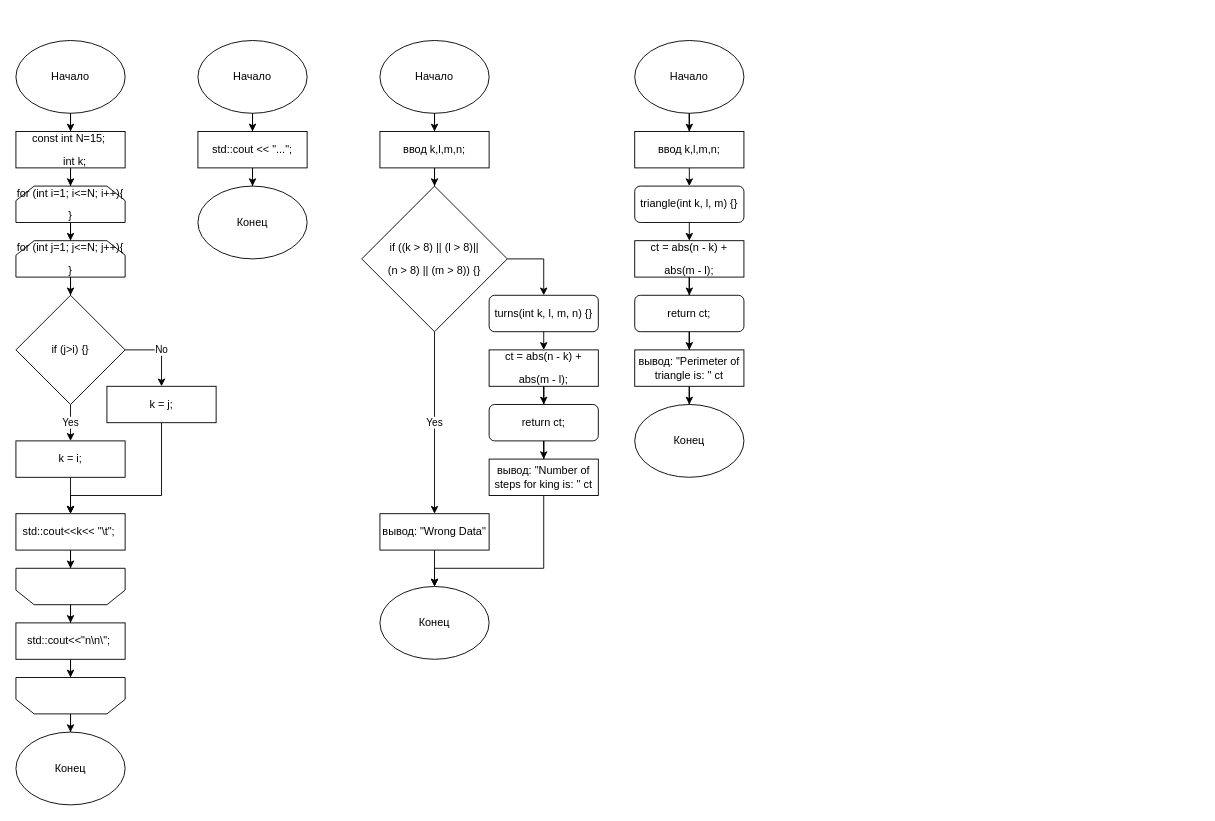
The draw.io diagram programes.drawio in tacticalowlman/exmo, before the edit. Source tidied: cells renumbered, new cells numbered last; positions are measured from the earlier drawing's top-left corner, leaving out a move shared by most shapes. Both pictures are drawn from the tidied source at 91%, with x=0, y=0 at pixel (15, 40).
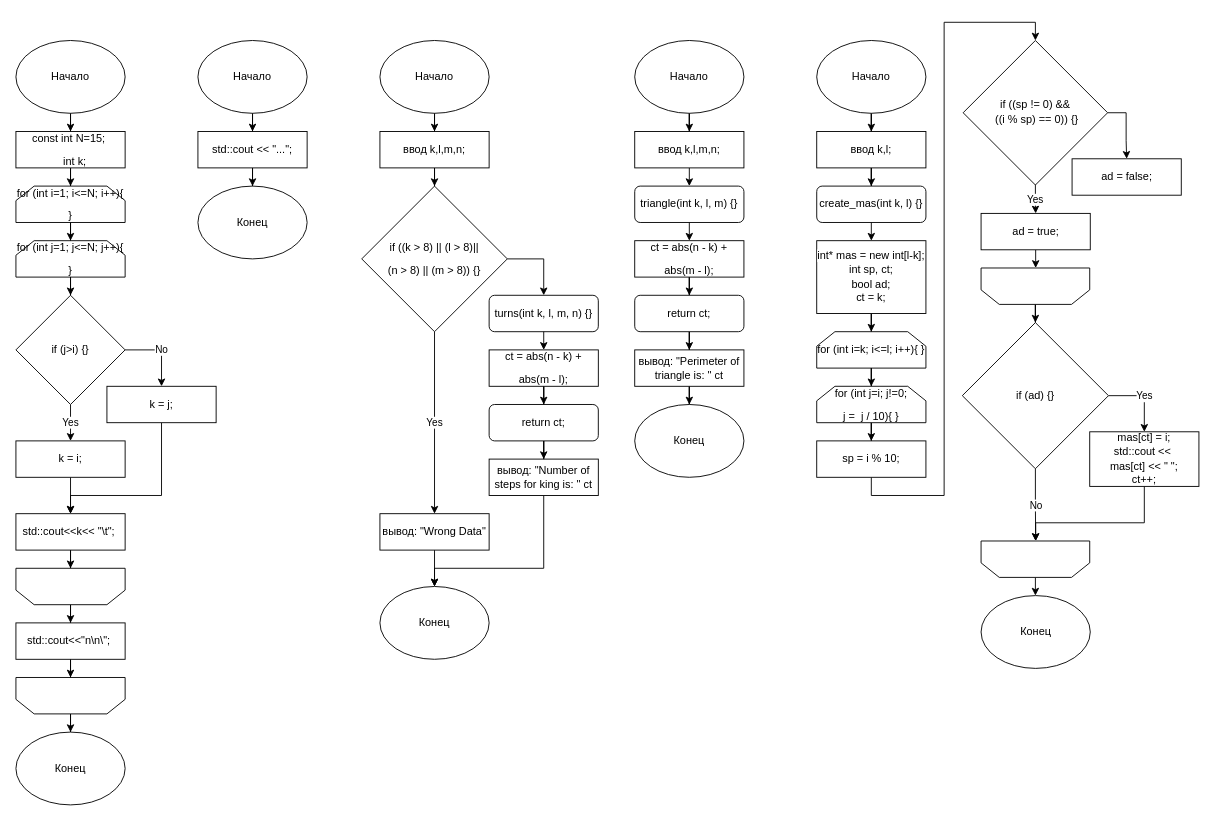
Above is the later version.

What changed in the source:
```diff
@@
+    <mxCell id="62" style="edgeStyle=orthogonalEdgeStyle;rounded=0;jettySize=auto;html=1;" parent="1" edge="1" source="63" target="65">
+      <mxGeometry relative="1" as="geometry" />
+    </mxCell>
+    <mxCell id="63" value="Начало" style="ellipse;whiteSpace=wrap;html=1;" parent="1" vertex="1">
+      <mxGeometry x="880" width="120" height="80" as="geometry" />
+    </mxCell>
+    <mxCell id="64" style="edgeStyle=orthogonalEdgeStyle;rounded=0;jettySize=auto;html=1;" parent="1" edge="1" source="65" target="66">
+      <mxGeometry relative="1" as="geometry" />
+    </mxCell>
+    <mxCell id="65" value="ввод k,l;" style="rounded=0;whiteSpace=wrap;html=1;" parent="1" vertex="1">
+      <mxGeometry x="880" y="100" width="120" height="40" as="geometry" />
+    </mxCell>
+    <mxCell id="66" value="create_mas(int k, l) {}" style="rounded=1;whiteSpace=wrap;html=1;" parent="1" vertex="1">
+      <mxGeometry x="880" y="160" width="120" height="40" as="geometry" />
+    </mxCell>
+    <mxCell id="67" style="edgeStyle=orthogonalEdgeStyle;rounded=0;jettySize=auto;html=1;" parent="1" edge="1" source="68" target="71">
+      <mxGeometry relative="1" as="geometry" />
+    </mxCell>
+    <mxCell id="68" value="&lt;pre&gt;&lt;font face=&quot;Helvetica&quot;&gt;&lt;span style=&quot;background-color: rgb(255 , 255 , 255)&quot;&gt;int* mas = new int[l-k];&lt;br&gt;int sp, ct;&lt;br&gt;bool ad;&lt;br&gt;ct = k;&lt;/span&gt;&lt;/font&gt;&lt;/pre&gt;" style="rounded=0;whiteSpace=wrap;html=1;" parent="1" vertex="1">
+      <mxGeometry x="880" y="220" width="120" height="80" as="geometry" />
+    </mxCell>
+    <mxCell id="69" style="endArrow=classic;html=1;exitX=0.5;exitY=1;exitDx=0;exitDy=0;entryX=0.5;entryY=0;entryDx=0;entryDy=0;" parent="1" edge="1" source="66" target="68">
+      <mxGeometry relative="1" as="geometry" />
+    </mxCell>
+    <mxCell id="70" style="edgeStyle=orthogonalEdgeStyle;rounded=0;jettySize=auto;html=1;" parent="1" edge="1" source="71" target="73">
+      <mxGeometry relative="1" as="geometry" />
+    </mxCell>
+    <mxCell id="71" value="&lt;font style=&quot;font-size: 12px&quot;&gt;&lt;span style=&quot;line-height: 24.8208px ; font-family: &amp;#34;calibri&amp;#34; , &amp;#34;calibri_embeddedfont&amp;#34; , &amp;#34;calibri_msfontservice&amp;#34; , sans-serif&quot; class=&quot;TextRun SCXW25673797 BCX2&quot; lang=&quot;RU-RU&quot;&gt;&lt;span class=&quot;NormalTextRun SCXW25673797 BCX2&quot;&gt;&lt;/span&gt;&lt;span class=&quot;SpellingError SCXW25673797 BCX2&quot;&gt;for&lt;/span&gt;&lt;span class=&quot;NormalTextRun SCXW25673797 BCX2&quot;&gt; &lt;/span&gt;&lt;span class=&quot;NormalTextRun SCXW25673797 BCX2&quot;&gt;(&lt;/span&gt;&lt;span class=&quot;SpellingError SCXW25673797 BCX2&quot;&gt;int&lt;/span&gt;&lt;span class=&quot;NormalTextRun SCXW25673797 BCX2&quot;&gt; &lt;/span&gt;&lt;span class=&quot;NormalTextRun SCXW25673797 BCX2&quot;&gt;i=&lt;/span&gt;&lt;span class=&quot;NormalTextRun SCXW25673797 BCX2&quot;&gt;k&lt;/span&gt;&lt;span class=&quot;NormalTextRun SCXW25673797 BCX2&quot;&gt;; &lt;/span&gt;&lt;span class=&quot;ContextualSpellingAndGrammarError SCXW25673797 BCX2&quot;&gt;i&amp;lt;&lt;/span&gt;&lt;span class=&quot;NormalTextRun SCXW25673797 BCX2&quot;&gt;=l&lt;/span&gt;&lt;span class=&quot;NormalTextRun SCXW25673797 BCX2&quot;&gt;; &lt;/span&gt;&lt;span class=&quot;NormalTextRun SCXW25673797 BCX2&quot;&gt;i+&lt;/span&gt;&lt;span class=&quot;ContextualSpellingAndGrammarError SCXW25673797 BCX2&quot;&gt;+){&lt;/span&gt;&lt;/span&gt;&lt;/font&gt;&lt;span class=&quot;LineBreakBlob BlobObject DragDrop SCXW25673797 BCX2&quot; style=&quot;line-height: 24.8208px ; font-family: &amp;#34;wordvisicarriagereturn_msfontservice&amp;#34; , &amp;#34;calibri&amp;#34; , &amp;#34;calibri_embeddedfont&amp;#34; , &amp;#34;calibri_msfontservice&amp;#34; , sans-serif&quot;&gt;&lt;font style=&quot;font-size: 12px&quot;&gt;&lt;span class=&quot;SCXW25673797 BCX2&quot;&gt; &lt;/span&gt;&lt;/font&gt;}&lt;br class=&quot;SCXW25673797 BCX2&quot;&gt;&lt;/span&gt;&lt;span style=&quot;line-height: 24.8208px ; font-family: &amp;#34;calibri&amp;#34; , &amp;#34;calibri_embeddedfont&amp;#34; , &amp;#34;calibri_msfontservice&amp;#34; , sans-serif&quot; class=&quot;TextRun SCXW25673797 BCX2&quot; lang=&quot;RU-RU&quot;&gt;&lt;span class=&quot;NormalTextRun SCXW25673797 BCX2&quot;&gt;&lt;/span&gt;&lt;/span&gt;" style="shape=loopLimit;whiteSpace=wrap;html=1;" parent="1" vertex="1">
+      <mxGeometry x="880" y="320" width="120" height="40" as="geometry" />
+    </mxCell>
+    <mxCell id="72" style="edgeStyle=orthogonalEdgeStyle;rounded=0;jettySize=auto;html=1;" parent="1" edge="1" source="73" target="75">
+      <mxGeometry relative="1" as="geometry" />
+    </mxCell>
+    <mxCell id="73" value="&lt;div&gt;&lt;font style=&quot;font-size: 12px&quot;&gt;&lt;span style=&quot;line-height: 24.8208px ; font-family: &amp;#34;calibri&amp;#34; , &amp;#34;calibri_embeddedfont&amp;#34; , &amp;#34;calibri_msfontservice&amp;#34; , sans-serif&quot; class=&quot;TextRun SCXW25673797 BCX2&quot; lang=&quot;RU-RU&quot;&gt;&lt;span class=&quot;NormalTextRun SCXW25673797 BCX2&quot;&gt;&lt;/span&gt;&lt;span class=&quot;SpellingError SCXW25673797 BCX2&quot;&gt;for&lt;/span&gt;&lt;span class=&quot;NormalTextRun SCXW25673797 BCX2&quot;&gt; &lt;/span&gt;&lt;span class=&quot;NormalTextRun SCXW25673797 BCX2&quot;&gt;(&lt;/span&gt;&lt;span class=&quot;SpellingError SCXW25673797 BCX2&quot;&gt;int&lt;/span&gt;&lt;span class=&quot;NormalTextRun SCXW25673797 BCX2&quot;&gt; &lt;/span&gt;&lt;span class=&quot;NormalTextRun SCXW25673797 BCX2&quot;&gt;j=&lt;/span&gt;&lt;span class=&quot;NormalTextRun SCXW25673797 BCX2&quot;&gt;i&lt;/span&gt;&lt;span class=&quot;NormalTextRun SCXW25673797 BCX2&quot;&gt;; &lt;/span&gt;&lt;span class=&quot;ContextualSpellingAndGrammarError SCXW25673797 BCX2&quot;&gt;j!&lt;/span&gt;&lt;span class=&quot;NormalTextRun SCXW25673797 BCX2&quot;&gt;=0&lt;/span&gt;&lt;span class=&quot;NormalTextRun SCXW25673797 BCX2&quot;&gt;; &lt;/span&gt;&lt;span class=&quot;NormalTextRun SCXW25673797 BCX2&quot;&gt;&lt;br&gt;&lt;/span&gt;&lt;/span&gt;&lt;/font&gt;&lt;/div&gt;&lt;div&gt;&lt;font style=&quot;font-size: 12px&quot;&gt;&lt;span style=&quot;line-height: 24.8208px ; font-family: &amp;#34;calibri&amp;#34; , &amp;#34;calibri_embeddedfont&amp;#34; , &amp;#34;calibri_msfontservice&amp;#34; , sans-serif&quot; class=&quot;TextRun SCXW25673797 BCX2&quot; lang=&quot;RU-RU&quot;&gt;&lt;span class=&quot;NormalTextRun SCXW25673797 BCX2&quot;&gt;j =&amp;nbsp; j / 10&lt;/span&gt;&lt;span class=&quot;ContextualSpellingAndGrammarError SCXW25673797 BCX2&quot;&gt;){&lt;/span&gt;&lt;/span&gt;&lt;/font&gt;&lt;span class=&quot;LineBreakBlob BlobObject DragDrop SCXW25673797 BCX2&quot; style=&quot;line-height: 24.8208px ; font-family: &amp;#34;wordvisicarriagereturn_msfontservice&amp;#34; , &amp;#34;calibri&amp;#34; , &amp;#34;calibri_embeddedfont&amp;#34; , &amp;#34;calibri_msfontservice&amp;#34; , sans-serif&quot;&gt;&lt;font style=&quot;font-size: 12px&quot;&gt;&lt;span class=&quot;SCXW25673797 BCX2&quot;&gt; &lt;/span&gt;&lt;/font&gt;}&lt;/span&gt;&lt;/div&gt;&lt;div&gt;&lt;span class=&quot;LineBreakBlob BlobObject DragDrop SCXW25673797 BCX2&quot; style=&quot;line-height: 24.8208px ; font-family: &amp;#34;wordvisicarriagereturn_msfontservice&amp;#34; , &amp;#34;calibri&amp;#34; , &amp;#34;calibri_embeddedfont&amp;#34; , &amp;#34;calibri_msfontservice&amp;#34; , sans-serif&quot;&gt;&lt;/span&gt;&lt;/div&gt;&lt;span style=&quot;line-height: 24.8208px ; font-family: &amp;#34;calibri&amp;#34; , &amp;#34;calibri_embeddedfont&amp;#34; , &amp;#34;calibri_msfontservice&amp;#34; , sans-serif&quot; class=&quot;TextRun SCXW25673797 BCX2&quot; lang=&quot;RU-RU&quot;&gt;&lt;span class=&quot;NormalTextRun SCXW25673797 BCX2&quot;&gt;&lt;/span&gt;&lt;/span&gt;" style="shape=loopLimit;whiteSpace=wrap;html=1;" parent="1" vertex="1">
+      <mxGeometry x="880" y="380" width="120" height="40" as="geometry" />
+    </mxCell>
+    <mxCell id="74" style="edgeStyle=orthogonalEdgeStyle;rounded=0;jettySize=auto;html=1;entryX=0.5;entryY=0;entryDx=0;entryDy=0;" parent="1" edge="1" source="75" target="78">
+      <mxGeometry relative="1" as="geometry">
+        <Array as="points">
+          <mxPoint x="940" y="500" />
+          <mxPoint x="1020" y="500" />
+          <mxPoint x="1020" y="-20" />
+          <mxPoint x="1120" y="-20" />
+        </Array>
+      </mxGeometry>
+    </mxCell>
+    <mxCell id="75" value="sp = i % 10;" style="rounded=0;whiteSpace=wrap;html=1;" parent="1" vertex="1">
+      <mxGeometry x="880" y="440" width="120" height="40" as="geometry" />
+    </mxCell>
+    <mxCell id="76" value="Yes" style="edgeStyle=orthogonalEdgeStyle;rounded=0;jettySize=auto;html=1;" parent="1" edge="1" source="78" target="80">
+      <mxGeometry relative="1" as="geometry" />
+    </mxCell>
+    <mxCell id="77" style="edgeStyle=orthogonalEdgeStyle;rounded=0;jettySize=auto;html=1;entryX=0.5;entryY=0;entryDx=0;entryDy=0;" parent="1" edge="1" source="78" target="81">
+      <mxGeometry relative="1" as="geometry">
+        <Array as="points">
+          <mxPoint x="1220" y="79" />
+          <mxPoint x="1220" y="110" />
+        </Array>
+      </mxGeometry>
+    </mxCell>
+    <mxCell id="78" value="&lt;pre&gt;&lt;font face=&quot;Helvetica&quot;&gt;&lt;span style=&quot;background-color: transparent&quot;&gt;if ((sp != 0) &amp;amp;&amp;amp;&lt;br&gt; ((i % sp) == 0)) {}&lt;/span&gt;&lt;/font&gt;&lt;/pre&gt;" style="rhombus;whiteSpace=wrap;html=1;" parent="1" vertex="1">
+      <mxGeometry x="1040.9" width="158.8" height="158.8" as="geometry" />
+    </mxCell>
+    <mxCell id="79" style="edgeStyle=orthogonalEdgeStyle;rounded=0;jettySize=auto;html=1;" parent="1" edge="1" source="80" target="83">
+      <mxGeometry relative="1" as="geometry" />
+    </mxCell>
+    <mxCell id="80" value="ad = true;" style="rounded=0;whiteSpace=wrap;html=1;" parent="1" vertex="1">
+      <mxGeometry x="1060.6" y="190" width="120" height="40" as="geometry" />
+    </mxCell>
+    <mxCell id="81" value="ad = false;" style="rounded=0;whiteSpace=wrap;html=1;" parent="1" vertex="1">
+      <mxGeometry x="1160.6" y="130" width="120" height="40" as="geometry" />
+    </mxCell>
+    <mxCell id="82" style="edgeStyle=orthogonalEdgeStyle;rounded=0;jettySize=auto;html=1;" parent="1" edge="1" source="83" target="86">
+      <mxGeometry relative="1" as="geometry" />
+    </mxCell>
+    <mxCell id="83" style="shape=loopLimit;whiteSpace=wrap;html=1;flipH=0;flipV=1;" parent="1" vertex="1">
+      <mxGeometry x="1060.6" y="250" width="119.4" height="40" as="geometry" />
+    </mxCell>
+    <mxCell id="84" value="Yes" style="edgeStyle=orthogonalEdgeStyle;rounded=0;jettySize=auto;html=1;entryX=0.5;entryY=0;entryDx=0;entryDy=0;" parent="1" edge="1" source="86" target="88">
+      <mxGeometry relative="1" as="geometry">
+        <Array as="points">
+          <mxPoint x="1239.6" y="390" />
+        </Array>
+      </mxGeometry>
+    </mxCell>
+    <mxCell id="85" value="No" style="edgeStyle=orthogonalEdgeStyle;rounded=0;jettySize=auto;html=1;" parent="1" edge="1" source="86">
+      <mxGeometry x="0.01" relative="1" as="geometry">
+        <mxPoint x="1120.6" y="550" as="targetPoint" />
+      </mxGeometry>
+    </mxCell>
+    <mxCell id="86" value="if (ad) {}" style="rhombus;whiteSpace=wrap;html=1;" parent="1" vertex="1">
+      <mxGeometry x="1040" y="310" width="160.6" height="160.6" as="geometry" />
+    </mxCell>
+    <mxCell id="87" style="edgeStyle=orthogonalEdgeStyle;rounded=0;jettySize=auto;html=1;entryX=0.5;entryY=0;entryDx=0;entryDy=0;" parent="1" edge="1" source="88">
+      <mxGeometry relative="1" as="geometry">
+        <mxPoint x="1120.6" y="550" as="targetPoint" />
+        <Array as="points">
+          <mxPoint x="1239.6" y="530" />
+          <mxPoint x="1120.6" y="530" />
+        </Array>
+      </mxGeometry>
+    </mxCell>
+    <mxCell id="88" value="&lt;pre&gt;&lt;font face=&quot;Helvetica&quot;&gt;&lt;span style=&quot;background-color: transparent&quot;&gt;mas[ct] = i;&lt;br&gt;std::cout &amp;lt;&amp;lt; &lt;br&gt;mas[ct] &amp;lt;&amp;lt; &quot; &quot;;&lt;br&gt;ct++;&lt;/span&gt;&lt;/font&gt;&lt;/pre&gt;" style="rounded=0;whiteSpace=wrap;html=1;" parent="1" vertex="1">
+      <mxGeometry x="1180" y="430" width="120" height="60" as="geometry" />
+    </mxCell>
+    <mxCell id="89" style="edgeStyle=orthogonalEdgeStyle;rounded=0;jettySize=auto;html=1;" parent="1" edge="1" source="90" target="91">
+      <mxGeometry relative="1" as="geometry" />
+    </mxCell>
+    <mxCell id="90" style="shape=loopLimit;whiteSpace=wrap;html=1;flipH=0;flipV=1;" parent="1" vertex="1">
+      <mxGeometry x="1060.6" y="550" width="119.4" height="40" as="geometry" />
+    </mxCell>
+    <mxCell id="91" value="Конец" style="ellipse;whiteSpace=wrap;html=1;" parent="1" vertex="1">
+      <mxGeometry x="1060.6" y="610" width="120" height="80" as="geometry" />
+    </mxCell>
```
